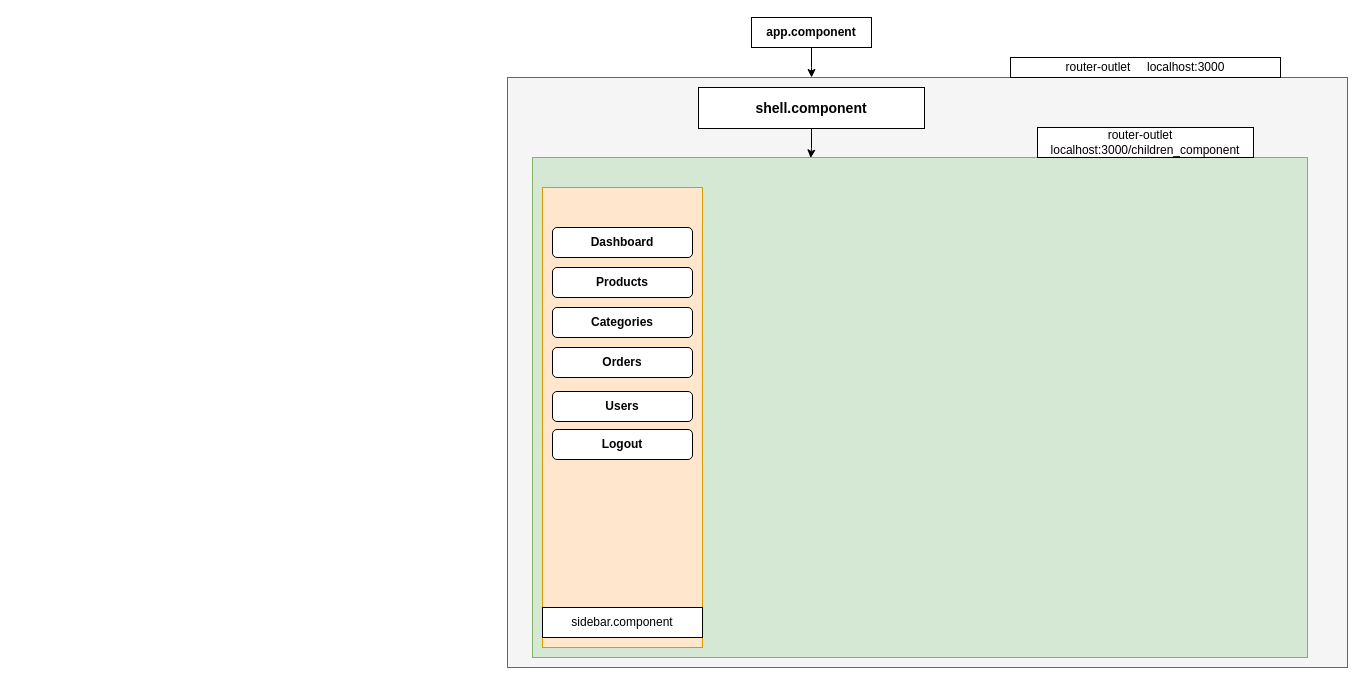
Above: page "Page-3" (3 of 3) of yellowsign/yellow_sign.drawio in Binayak3666/My_Application_Drawing_Architect (draw.io), before the change. Source tidied: cells renumbered, new cells numbered last; positions are measured from the earlier drawing's top-left corner, leaving out a move shared by most shapes. Both pictures are drawn from the tidied source at 100%, with x=0, y=0 at pixel (507, 17).
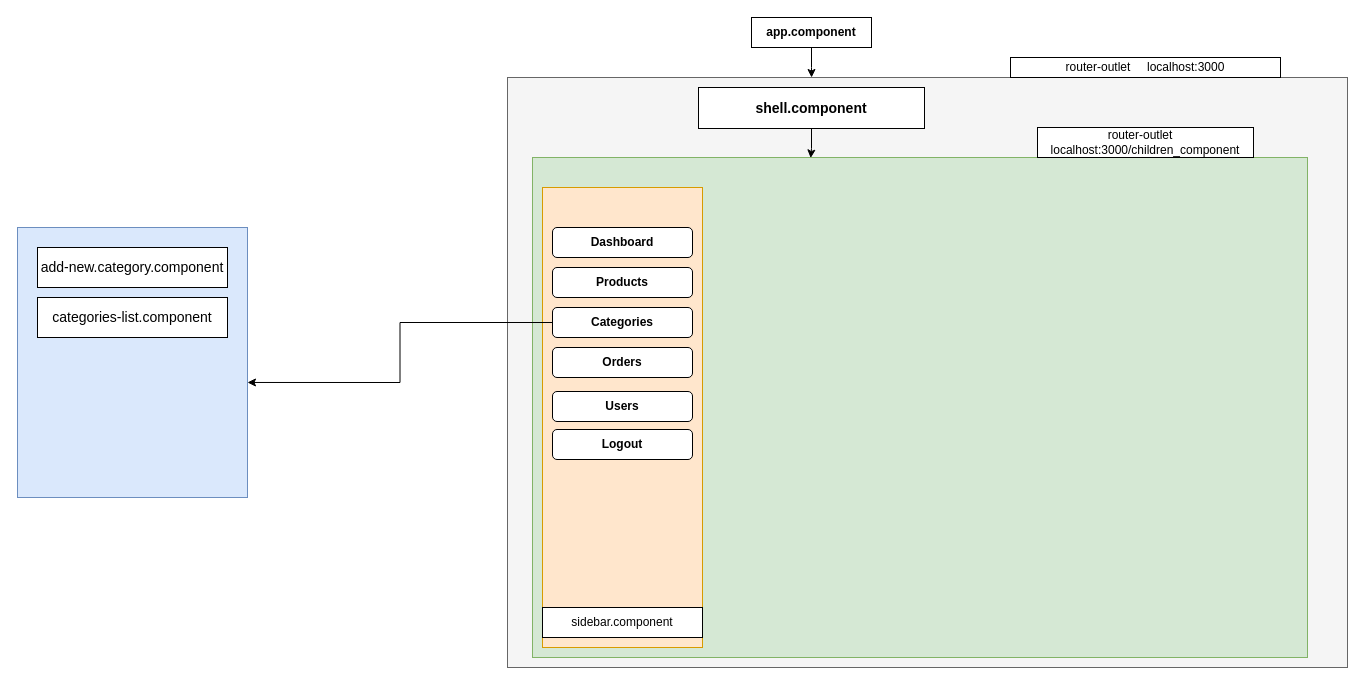
The same page after the edit.

Unchanged cells that the change refers to:
```xml
<mxCell id="11" value="&lt;b&gt;Categories&lt;/b&gt;" style="rounded=1;whiteSpace=wrap;html=1;" parent="1" vertex="1">
  <mxGeometry x="45" y="290" width="140" height="30" as="geometry" />
</mxCell>
```

The edit, as a diff of the source:
```diff
@@
+    <mxCell id="18" style="edgeStyle=orthogonalEdgeStyle;rounded=0;jettySize=auto;html=1;entryX=1;entryY=0.574;entryDx=0;entryDy=0;entryPerimeter=0;fontSize=14;" parent="1" edge="1" source="11" target="19">
+      <mxGeometry relative="1" as="geometry" />
+    </mxCell>
@@
+    <mxCell id="19" style="rounded=0;whiteSpace=wrap;html=1;labelBackgroundColor=#FFFFFF;fontSize=14;strokeColor=#6c8ebf;fillColor=#dae8fc;" parent="1" vertex="1">
+      <mxGeometry x="-490" y="210" width="230" height="270" as="geometry" />
+    </mxCell>
+    <mxCell id="20" value="add-new.category.component" style="rounded=0;whiteSpace=wrap;html=1;labelBackgroundColor=#FFFFFF;fontSize=14;strokeColor=default;" parent="1" vertex="1">
+      <mxGeometry x="-470" y="230" width="190" height="40" as="geometry" />
+    </mxCell>
+    <mxCell id="21" value="categories-list.component" style="rounded=0;whiteSpace=wrap;html=1;labelBackgroundColor=#FFFFFF;fontSize=14;strokeColor=default;" parent="1" vertex="1">
+      <mxGeometry x="-470" y="280" width="190" height="40" as="geometry" />
+    </mxCell>
```
